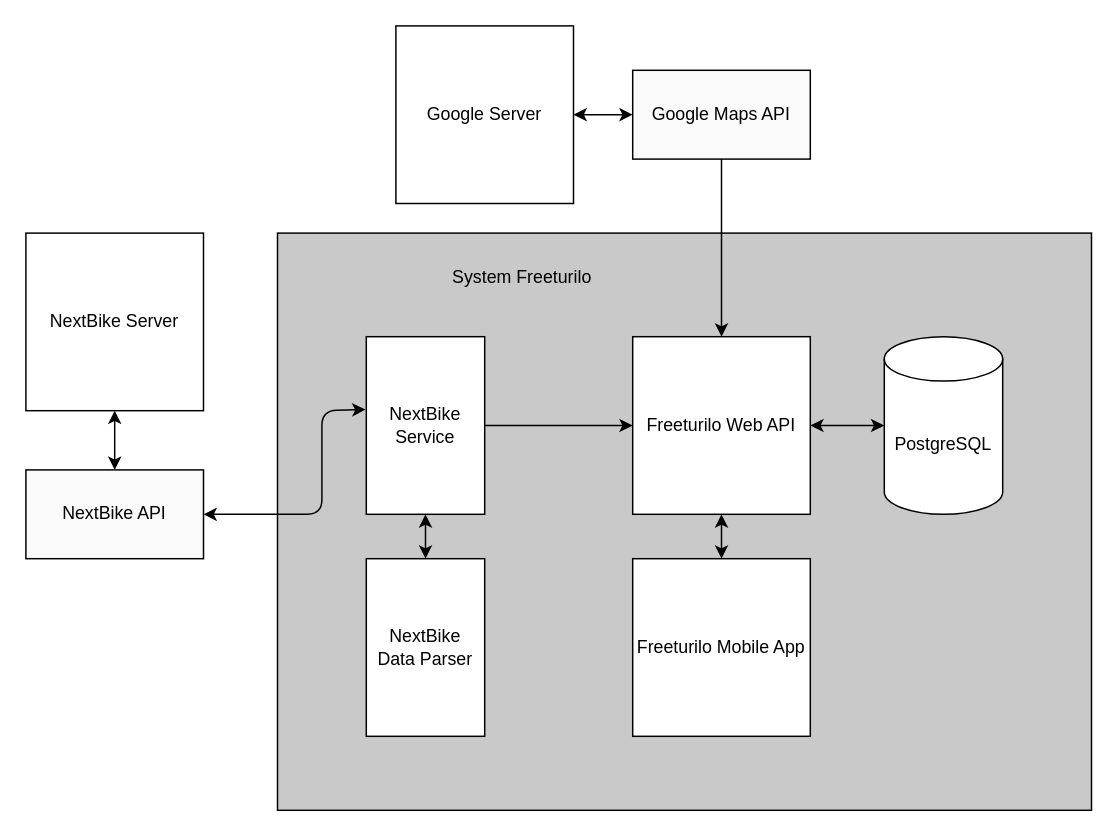
Earlier version of the draw.io diagram diagramy/architektura.drawio (Freeturilo/FreeturiloDocumentation). Source tidied: cells renumbered, new cells numbered last; positions are measured from the earlier drawing's top-left corner, leaving out a move shared by most shapes. Both pictures are drawn from the tidied source at 148%, with x=0, y=0 at pixel (25, 25).
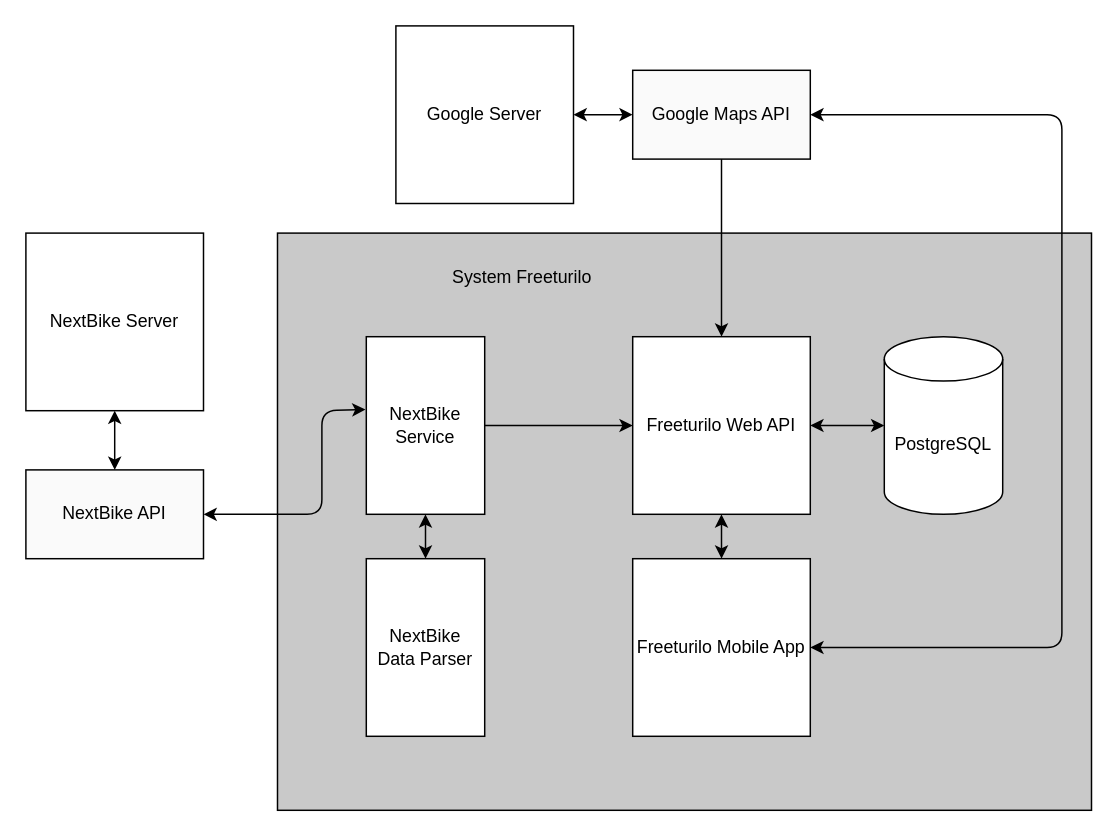
After the change.

The change refers to these unchanged cells:
```xml
<mxCell id="8" value="Freeturilo Mobile App" style="whiteSpace=wrap;html=1;" parent="1" vertex="1">
  <mxGeometry x="410" y="360" width="120" height="120" as="geometry" />
</mxCell>
<mxCell id="18" value="Google Maps API" style="rounded=0;whiteSpace=wrap;html=1;fillColor=#FAFAFA;" parent="1" vertex="1">
  <mxGeometry x="410" y="30" width="120" height="60" as="geometry" />
</mxCell>
```

What changed in the source:
```diff
@@
+    <mxCell id="21" style="endArrow=classic;startArrow=classic;html=1;exitX=1;exitY=0.5;exitDx=0;exitDy=0;entryX=1;entryY=0.5;entryDx=0;entryDy=0;" parent="1" edge="1" source="8" target="18">
+      <mxGeometry relative="1" as="geometry">
+        <Array as="points">
+          <mxPoint x="700" y="420" />
+          <mxPoint x="700" y="60" />
+        </Array>
+      </mxGeometry>
+    </mxCell>
```
